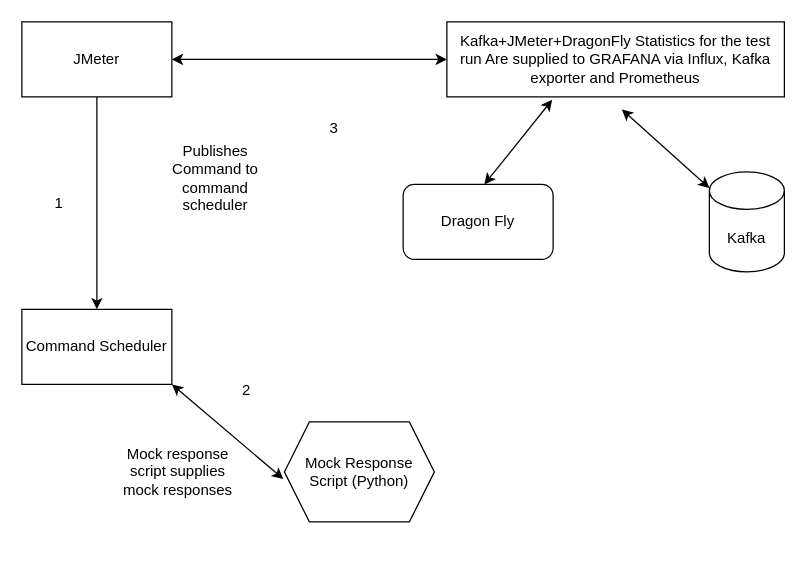
Above: Perf Testing.drawio in anshuldevmehta/RandomDiagrams (draw.io), before the change. Source tidied: cells renumbered, new cells numbered last; positions are measured from the earlier drawing's top-left corner, leaving out a move shared by most shapes. Both pictures are drawn from the tidied source at 125%, with x=0, y=0 at pixel (21, 21).
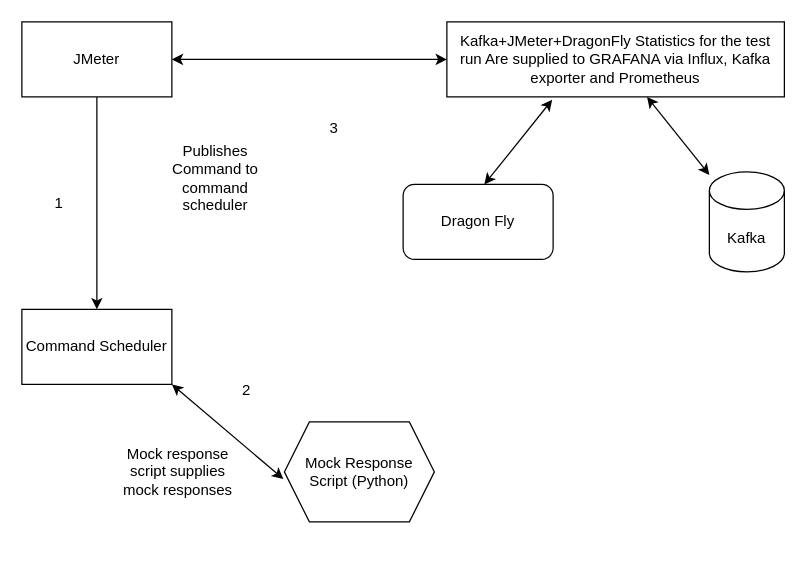
The same page after the edit.

Diff of the diagram source:
```diff
@@
 <mxGraphModel>
   <root>
     <mxCell id="0" />
     <mxCell id="1" parent="0" />
     <mxCell id="2" value="JMeter" style="rounded=0;whiteSpace=wrap;html=1;" parent="1" vertex="1">
       <mxGeometry width="120" height="60" as="geometry" />
     </mxCell>
     <mxCell id="3" style="endArrow=classic;html=1;rounded=0;entryX=0.5;entryY=0;entryDx=0;entryDy=0;" parent="1" edge="1" source="2" target="5">
       <mxGeometry relative="1" as="geometry" />
     </mxCell>
     <mxCell id="4" value="Publishes Command to command scheduler" style="text;html=1;align=center;verticalAlign=middle;whiteSpace=wrap;rounded=0;" parent="1" vertex="1">
       <mxGeometry x="100" y="70" width="110" height="110" as="geometry" />
     </mxCell>
     <mxCell id="5" value="Command Scheduler" style="rounded=0;whiteSpace=wrap;html=1;" parent="1" vertex="1">
       <mxGeometry y="230" width="120" height="60" as="geometry" />
     </mxCell>
     <mxCell id="6" value="Mock Response Script (Python)" style="shape=hexagon;perimeter=hexagonPerimeter2;whiteSpace=wrap;html=1;fixedSize=1;" parent="1" vertex="1">
       <mxGeometry x="210" y="320" width="120" height="80" as="geometry" />
     </mxCell>
     <mxCell id="7" style="endArrow=classic;startArrow=classic;html=1;rounded=0;exitX=-0.007;exitY=0.571;exitDx=0;exitDy=0;exitPerimeter=0;" parent="1" edge="1" source="6">
       <mxGeometry relative="1" as="geometry">
         <mxPoint x="120" y="290" as="targetPoint" />
       </mxGeometry>
     </mxCell>
     <mxCell id="8" value="Mock response script supplies mock responses" style="text;html=1;align=center;verticalAlign=middle;whiteSpace=wrap;rounded=0;" parent="1" vertex="1">
       <mxGeometry x="70" y="305" width="110" height="110" as="geometry" />
     </mxCell>
     <mxCell id="9" value="Kafka" style="shape=cylinder3;whiteSpace=wrap;html=1;boundedLbl=1;backgroundOutline=1;size=15;" parent="1" vertex="1">
       <mxGeometry x="550" y="120" width="60" height="80" as="geometry" />
     </mxCell>
     <mxCell id="10" value="Dragon Fly" style="rounded=1;whiteSpace=wrap;html=1;" parent="1" vertex="1">
       <mxGeometry x="305" y="130" width="120" height="60" as="geometry" />
     </mxCell>
     <mxCell id="11" value="Kafka+JMeter+DragonFly Statistics for the test run Are supplied to GRAFANA via Influx, Kafka exporter and Prometheus" style="rounded=0;whiteSpace=wrap;html=1;" parent="1" vertex="1">
       <mxGeometry x="340" width="270" height="60" as="geometry" />
     </mxCell>
     <mxCell id="12" style="endArrow=classic;startArrow=classic;html=1;rounded=0;entryX=0.312;entryY=1.039;entryDx=0;entryDy=0;entryPerimeter=0;" parent="1" edge="1" target="11">
       <mxGeometry relative="1" as="geometry">
         <mxPoint x="370" y="130" as="sourcePoint" />
       </mxGeometry>
     </mxCell>
-    <mxCell id="13" style="endArrow=classic;startArrow=classic;html=1;rounded=0;" parent="1" edge="1" source="9">
-      <mxGeometry relative="1" as="geometry">
-        <mxPoint x="480" y="70" as="targetPoint" />
-      </mxGeometry>
+    <mxCell id="13" style="endArrow=classic;startArrow=classic;html=1;rounded=0;entryX=0.593;entryY=1;entryDx=0;entryDy=0;entryPerimeter=0;" parent="1" edge="1" source="9" target="11">
+      <mxGeometry relative="1" as="geometry" />
     </mxCell>
     <mxCell id="14" style="endArrow=classic;startArrow=classic;html=1;rounded=0;entryX=0;entryY=0.5;entryDx=0;entryDy=0;exitX=1;exitY=0.5;exitDx=0;exitDy=0;" parent="1" edge="1" source="2" target="11">
       <mxGeometry relative="1" as="geometry" />
     </mxCell>
     <mxCell id="15" value="1" style="text;html=1;align=center;verticalAlign=middle;whiteSpace=wrap;rounded=0;" parent="1" vertex="1">
       <mxGeometry y="130" width="60" height="30" as="geometry" />
     </mxCell>
     <mxCell id="16" value="2" style="text;html=1;align=center;verticalAlign=middle;whiteSpace=wrap;rounded=0;" parent="1" vertex="1">
       <mxGeometry x="150" y="280" width="60" height="30" as="geometry" />
     </mxCell>
     <mxCell id="17" value="3" style="text;html=1;align=center;verticalAlign=middle;whiteSpace=wrap;rounded=0;" parent="1" vertex="1">
       <mxGeometry x="220" y="70" width="60" height="30" as="geometry" />
     </mxCell>
   </root>
 </mxGraphModel>
```
